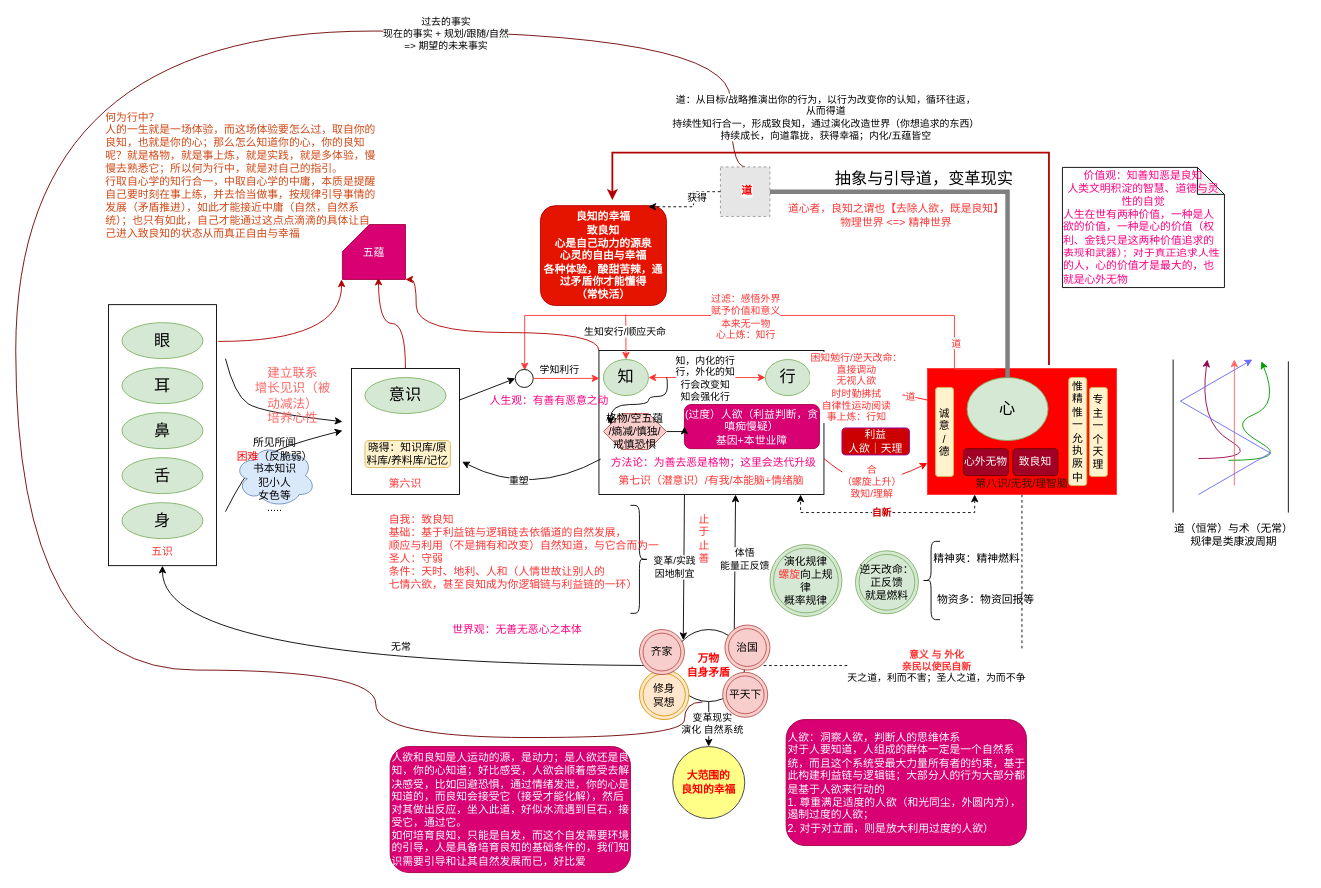
Before: page "良知" (1 of 2) of xinxue.drawio in kason-huang/DrawIO, a draw.io diagram. Source tidied: cells renumbered, new cells numbered last; positions are measured from the earlier drawing's top-left corner, leaving out a move shared by most shapes. Both pictures are drawn from the tidied source at 90%, with x=0, y=0 at pixel (15, 31). Pictures stored in the file or linked from it are replaced by grey dashed boxes.
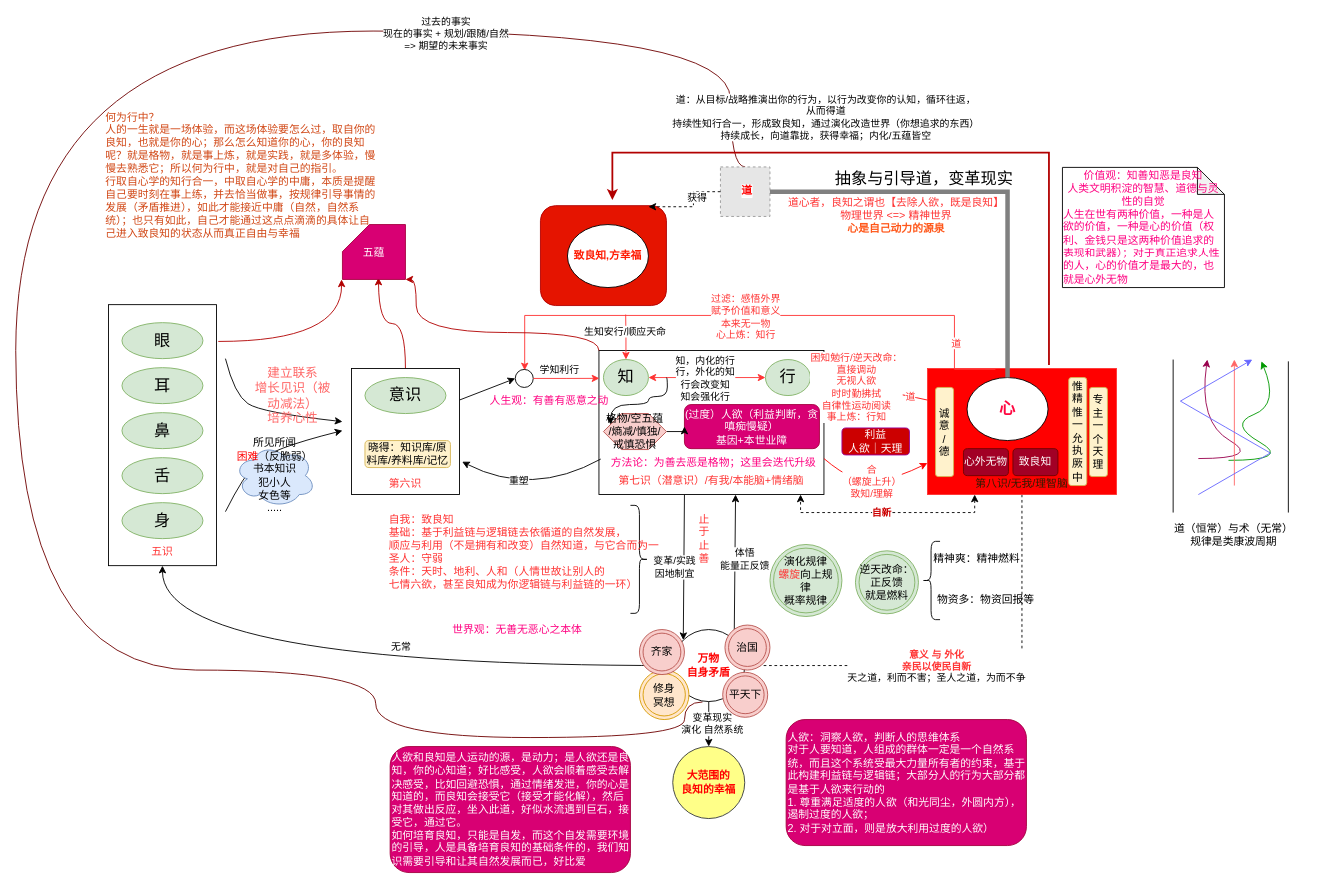
The same diagram, later.

Change to the diagram source:
```diff
@@
-    <mxCell id="34" value="&lt;font style=&quot;font-size: 18px;&quot;&gt;心&lt;/font&gt;" style="ellipse;whiteSpace=wrap;html=1;fillColor=#d5e8d4;strokeColor=#82b366;" parent="1" vertex="1">
+    <mxCell id="34" value="&lt;font color=&quot;#ff0841&quot; style=&quot;font-size: 18px;&quot;&gt;&lt;b&gt;心&lt;/b&gt;&lt;/font&gt;" style="ellipse;whiteSpace=wrap;html=1;" parent="1" vertex="1">
       <mxGeometry x="1057" y="385" width="90" height="70" as="geometry" />
     </mxCell>
@@
-    <mxCell id="57" value="&lt;div&gt;&lt;b&gt;良知的幸福&lt;/b&gt;&lt;/div&gt;&lt;b&gt;致良知&lt;br&gt;心是自己动力的源泉&lt;br&gt;&lt;/b&gt;&lt;div&gt;&lt;b&gt;心灵的自由与幸福&lt;br&gt;各种体验，酸甜苦辣，通过矛盾你才能懂得&lt;br&gt;（常快活）&lt;/b&gt;&lt;/div&gt;" style="rounded=1;whiteSpace=wrap;html=1;fillColor=#e51400;strokeColor=#B20000;fontColor=#ffffff;" parent="1" vertex="1">
+    <mxCell id="57" style="rounded=1;whiteSpace=wrap;html=1;fillColor=#e51400;strokeColor=#B20000;fontColor=#ffffff;" parent="1" vertex="1">
       <mxGeometry x="583" y="194" width="140" height="111" as="geometry" />
     </mxCell>
@@
-    <mxCell id="85" value="&lt;font color=&quot;#ff3333&quot;&gt;道心者，良知之谓也【去除人欲，既是良知】&lt;/font&gt;&lt;div&gt;&lt;font color=&quot;#ff3333&quot;&gt;物理世界 &amp;lt;=&amp;gt; 精神世界&lt;/font&gt;&lt;/div&gt;" style="text;html=1;align=center;verticalAlign=middle;strokeColor=none;fillColor=none;" parent="1" vertex="1">
-      <mxGeometry x="848" y="185" width="260" height="40" as="geometry" />
+    <mxCell id="85" value="&lt;font color=&quot;#ff3333&quot;&gt;道心者，良知之谓也【去除人欲，既是良知】&lt;/font&gt;&lt;div&gt;&lt;font color=&quot;#ff3333&quot;&gt;物理世界 &amp;lt;=&amp;gt; 精神世界&lt;/font&gt;&lt;/div&gt;&lt;div&gt;&lt;b style=&quot;text-wrap-mode: wrap;&quot;&gt;&lt;font color=&quot;#ff571a&quot;&gt;心是自己动力的源泉&lt;/font&gt;&lt;/b&gt;&lt;/div&gt;" style="text;html=1;align=center;verticalAlign=middle;strokeColor=none;fillColor=none;" parent="1" vertex="1">
+      <mxGeometry x="848" y="175" width="260" height="60" as="geometry" />
     </mxCell>
@@
+    <mxCell id="106" value="&lt;b style=&quot;background-color: initial;&quot;&gt;&lt;font color=&quot;#ff1900&quot;&gt;致良知,方幸福&lt;/font&gt;&lt;/b&gt;" style="ellipse;whiteSpace=wrap;html=1;" parent="1" vertex="1">
+      <mxGeometry x="613" y="215" width="90" height="70" as="geometry" />
+    </mxCell>
```
